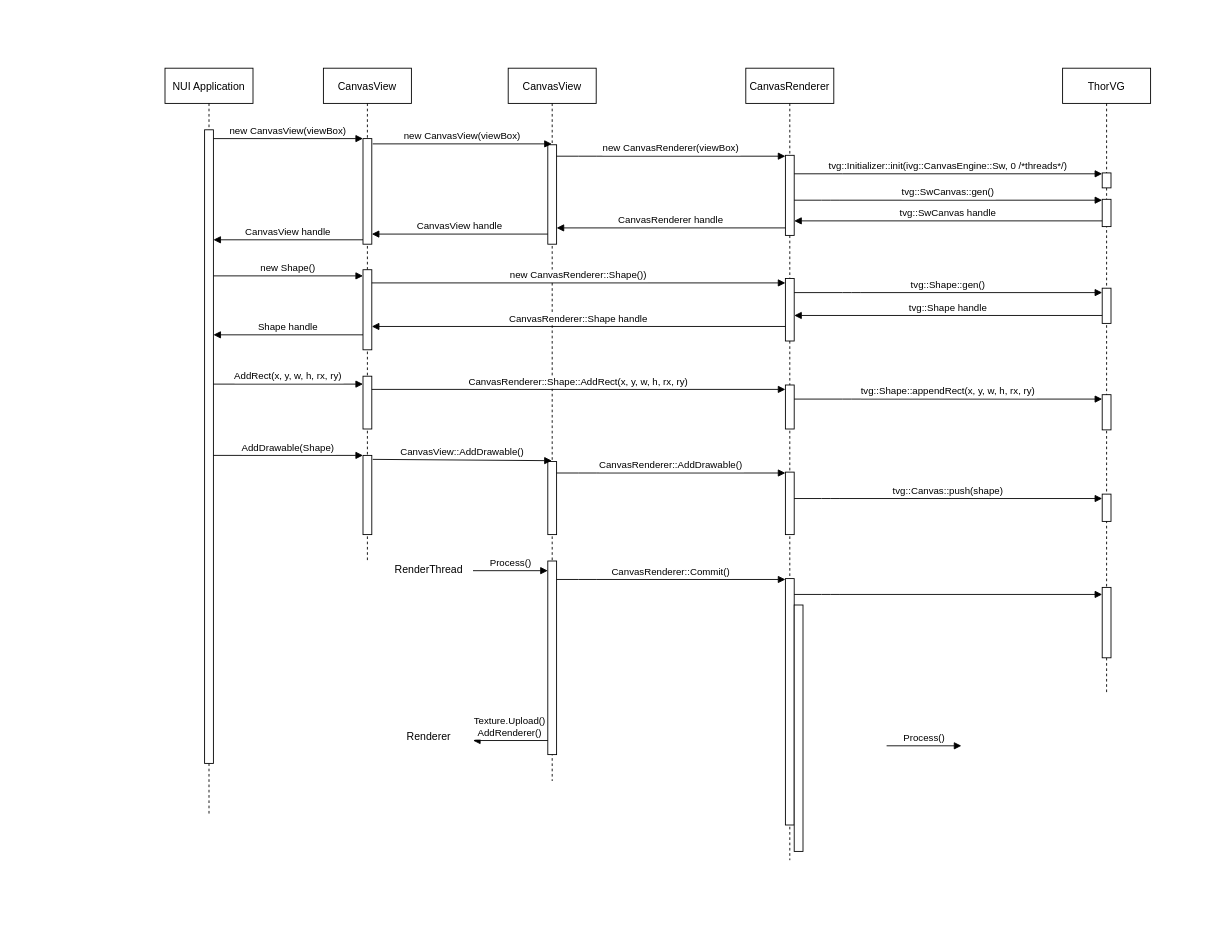
The draw.io diagram canvasview_sequence.drawio in JSUYA/jsuya.github.io, before the edit. Source tidied: cells renumbered, new cells numbered last; positions are measured from the earlier drawing's top-left corner, leaving out a move shared by most shapes. Both pictures are drawn from the tidied source at 88%, with x=0, y=0 at pixel (165, 68).
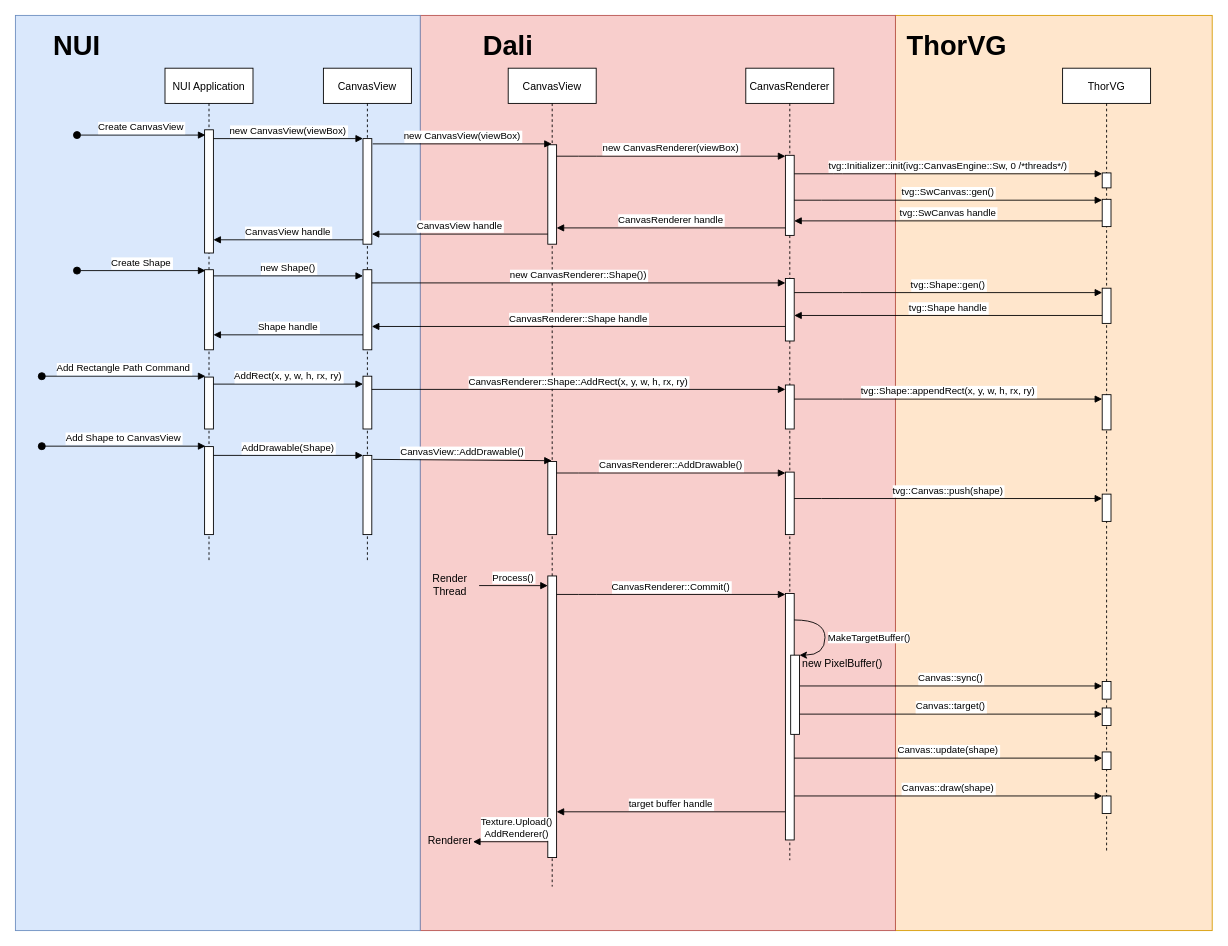
The same page after the edit.

The edit, as a diff of the source:
```diff
@@
+    <mxCell id="56" style="rounded=0;whiteSpace=wrap;html=1;fillColor=#ffe6cc;strokeColor=#d79b00;" parent="1" vertex="1">
+      <mxGeometry x="830" y="-60" width="360" height="1040" as="geometry" />
+    </mxCell>
+    <mxCell id="57" style="rounded=0;whiteSpace=wrap;html=1;fillColor=#f8cecc;strokeColor=#b85450;" parent="1" vertex="1">
+      <mxGeometry x="290" y="-60" width="540" height="1040" as="geometry" />
+    </mxCell>
+    <mxCell id="58" style="rounded=0;whiteSpace=wrap;html=1;fillColor=#dae8fc;strokeColor=#6c8ebf;" parent="1" vertex="1">
+      <mxGeometry x="-170" y="-60" width="460" height="1040" as="geometry" />
+    </mxCell>
     <mxCell id="2" value="NUI Application" style="shape=umlLifeline;perimeter=lifelinePerimeter;rounded=0;shadow=0;strokeWidth=1;" parent="1" vertex="1">
-      <mxGeometry width="100" height="850" as="geometry" />
+      <mxGeometry width="100" height="560" as="geometry" />
     </mxCell>
     <mxCell id="3" style="points=[];perimeter=orthogonalPerimeter;rounded=0;shadow=0;strokeWidth=1;" parent="2" vertex="1">
-      <mxGeometry x="45" y="70" width="10" height="720" as="geometry" />
+      <mxGeometry x="45" y="70" width="10" height="140" as="geometry" />
     </mxCell>
+    <mxCell id="59" style="perimeter=orthogonalPerimeter;rounded=0;shadow=0;strokeWidth=1;" parent="2" vertex="1">
+      <mxGeometry x="45" y="229" width="10" height="91" as="geometry" />
+    </mxCell>
+    <mxCell id="60" style="perimeter=orthogonalPerimeter;rounded=0;shadow=0;strokeWidth=1;" parent="2" vertex="1">
+      <mxGeometry x="45" y="351" width="10" height="59" as="geometry" />
+    </mxCell>
+    <mxCell id="61" style="perimeter=orthogonalPerimeter;rounded=0;shadow=0;strokeWidth=1;" parent="2" vertex="1">
+      <mxGeometry x="45" y="430" width="10" height="100" as="geometry" />
+    </mxCell>
@@
     <mxCell id="9" value="CanvasView" style="shape=umlLifeline;perimeter=lifelinePerimeter;rounded=0;shadow=0;strokeWidth=1;" parent="1" vertex="1">
-      <mxGeometry x="390" width="100" height="810" as="geometry" />
+      <mxGeometry x="390" width="100" height="930" as="geometry" />
     </mxCell>
@@
     <mxCell id="11" style="perimeter=orthogonalPerimeter;rounded=0;shadow=0;strokeWidth=1;" parent="9" vertex="1">
-      <mxGeometry x="45" y="560" width="10" height="220" as="geometry" />
+      <mxGeometry x="45" y="577" width="10" height="320" as="geometry" />
     </mxCell>
+    <mxCell id="62" value="Dali" style="text;html=1;strokeColor=none;fillColor=none;align=center;verticalAlign=middle;whiteSpace=wrap;rounded=0;fontSize=31;fontStyle=1;" parent="9" vertex="1">
+      <mxGeometry x="-50" y="-50" width="100" height="50" as="geometry" />
+    </mxCell>
@@
     <mxCell id="15" value="ThorVG" style="shape=umlLifeline;perimeter=lifelinePerimeter;rounded=0;shadow=0;strokeWidth=1;" parent="1" vertex="1">
-      <mxGeometry x="1020" width="100" height="710" as="geometry" />
+      <mxGeometry x="1020" width="100" height="890" as="geometry" />
     </mxCell>
@@
+    <mxCell id="63" style="perimeter=orthogonalPerimeter;rounded=0;shadow=0;strokeWidth=1;" parent="15" vertex="1">
+      <mxGeometry x="45" y="697" width="10" height="20" as="geometry" />
+    </mxCell>
+    <mxCell id="51" style="perimeter=orthogonalPerimeter;rounded=0;shadow=0;strokeWidth=1;" parent="15" vertex="1">
+      <mxGeometry x="45" y="727" width="10" height="20" as="geometry" />
+    </mxCell>
+    <mxCell id="64" style="perimeter=orthogonalPerimeter;rounded=0;shadow=0;strokeWidth=1;" parent="15" vertex="1">
+      <mxGeometry x="45" y="827" width="10" height="20" as="geometry" />
+    </mxCell>
@@
-    <mxCell id="46" value="Process()" style="verticalAlign=bottom;endArrow=block;shadow=0;strokeWidth=1;" parent="1" edge="1">
+    <mxCell id="46" value="Process()" style="verticalAlign=bottom;endArrow=block;shadow=0;strokeWidth=1;exitX=0.124;exitY=0.623;exitDx=0;exitDy=0;exitPerimeter=0;" parent="1" edge="1" source="57">
       <mxGeometry relative="1" as="geometry">
-        <mxPoint x="350" y="571" as="sourcePoint" />
-        <mxPoint x="435" y="571" as="targetPoint" />
+        <mxPoint x="435" y="588" as="targetPoint" />
       </mxGeometry>
     </mxCell>
-    <mxCell id="47" value="RenderThread" style="text;html=1;strokeColor=none;fillColor=none;align=center;verticalAlign=middle;whiteSpace=wrap;rounded=0;" parent="1" vertex="1">
-      <mxGeometry x="280" y="560" width="40" height="20" as="geometry" />
+    <mxCell id="47" value="Render&lt;br&gt;Thread" style="text;html=1;strokeColor=none;fillColor=none;align=center;verticalAlign=middle;whiteSpace=wrap;rounded=0;" parent="1" vertex="1">
+      <mxGeometry x="304" y="560" width="40" height="53" as="geometry" />
     </mxCell>
     <mxCell id="48" style="points=[];perimeter=orthogonalPerimeter;rounded=0;shadow=0;strokeWidth=1;" parent="1" vertex="1">
-      <mxGeometry x="705" y="580" width="10" height="280" as="geometry" />
+      <mxGeometry x="705" y="597" width="10" height="280" as="geometry" />
     </mxCell>
     <mxCell id="49" value="CanvasRenderer::Commit()" style="verticalAlign=bottom;endArrow=block;shadow=0;strokeWidth=1;" parent="1" edge="1" target="48">
       <mxGeometry relative="1" as="geometry">
-        <mxPoint x="445" y="581" as="sourcePoint" />
+        <mxPoint x="445" y="598" as="sourcePoint" />
         <Array as="points">
-          <mxPoint x="480" y="581" />
+          <mxPoint x="480" y="598" />
         </Array>
       </mxGeometry>
     </mxCell>
-    <mxCell id="50" style="verticalAlign=bottom;endArrow=block;shadow=0;strokeWidth=1;" parent="1" edge="1">
-      <mxGeometry relative="1" as="geometry">
-        <mxPoint x="715" y="598" as="sourcePoint" />
-        <mxPoint x="1065" y="598" as="targetPoint" />
-        <Array as="points">
-          <mxPoint x="756" y="598" />
-        </Array>
-      </mxGeometry>
-    </mxCell>
-    <mxCell id="51" style="perimeter=orthogonalPerimeter;rounded=0;shadow=0;strokeWidth=1;" parent="1" vertex="1">
-      <mxGeometry x="1065" y="590" width="10" height="80" as="geometry" />
-    </mxCell>
     <mxCell id="52" value="Texture.Upload()&#10;AddRenderer()" style="verticalAlign=bottom;endArrow=block;shadow=0;strokeWidth=1;" parent="1" edge="1">
-      <mxGeometry relative="1" as="geometry">
-        <mxPoint x="435" y="764" as="sourcePoint" />
-        <mxPoint x="350" y="764" as="targetPoint" />
+      <mxGeometry x="-0.18" relative="1" as="geometry">
+        <mxPoint x="435" y="879" as="sourcePoint" />
+        <mxPoint x="350" y="879" as="targetPoint" />
       </mxGeometry>
     </mxCell>
     <mxCell id="53" value="Renderer" style="text;html=1;strokeColor=none;fillColor=none;align=center;verticalAlign=middle;whiteSpace=wrap;rounded=0;" parent="1" vertex="1">
-      <mxGeometry x="280" y="750" width="40" height="20" as="geometry" />
+      <mxGeometry x="304" y="868" width="40" height="20" as="geometry" />
     </mxCell>
-    <mxCell id="54" value="Process()" style="verticalAlign=bottom;endArrow=block;shadow=0;strokeWidth=1;" parent="1" edge="1">
+    <mxCell id="54" value="Canvas::sync()" style="verticalAlign=bottom;endArrow=block;shadow=0;strokeWidth=1;" parent="1" edge="1">
       <mxGeometry relative="1" as="geometry">
-        <mxPoint x="820" y="770" as="sourcePoint" />
-        <mxPoint x="905" y="770" as="targetPoint" />
+        <mxPoint x="721" y="702" as="sourcePoint" />
+        <mxPoint x="1065" y="702" as="targetPoint" />
       </mxGeometry>
     </mxCell>
-    <mxCell id="55" style="perimeter=orthogonalPerimeter;rounded=0;shadow=0;strokeWidth=1;" parent="1" vertex="1">
-      <mxGeometry x="715" y="610" width="10" height="280" as="geometry" />
-    </mxCell>
+    <mxCell id="65" style="points=[];perimeter=orthogonalPerimeter;rounded=0;shadow=0;strokeWidth=1;" parent="1" vertex="1">
+      <mxGeometry x="711" y="667" width="10" height="90" as="geometry" />
+    </mxCell>
+    <mxCell id="66" value="MakeTargetBuffer()" style="curved=1;endArrow=classic;html=1;" parent="1" edge="1" source="48" target="65">
+      <mxGeometry x="0.06" y="50" relative="1" as="geometry">
+        <Array as="points">
+          <mxPoint x="750" y="627" />
+          <mxPoint x="750" y="667" />
+        </Array>
+      </mxGeometry>
+    </mxCell>
+    <mxCell id="67" value="Canvas::target()" style="verticalAlign=bottom;endArrow=block;shadow=0;strokeWidth=1;" parent="1" edge="1">
+      <mxGeometry relative="1" as="geometry">
+        <mxPoint x="721" y="734" as="sourcePoint" />
+        <mxPoint x="1065" y="734" as="targetPoint" />
+      </mxGeometry>
+    </mxCell>
+    <mxCell id="68" value="new PixelBuffer()" style="text;html=1;strokeColor=none;fillColor=none;align=center;verticalAlign=middle;whiteSpace=wrap;rounded=0;" parent="1" vertex="1">
+      <mxGeometry x="715" y="667" width="110" height="20" as="geometry" />
+    </mxCell>
+    <mxCell id="69" style="perimeter=orthogonalPerimeter;rounded=0;shadow=0;strokeWidth=1;" parent="1" vertex="1">
+      <mxGeometry x="1065" y="777" width="10" height="20" as="geometry" />
+    </mxCell>
+    <mxCell id="70" value="Canvas::update(shape)" style="verticalAlign=bottom;endArrow=block;shadow=0;strokeWidth=1;" parent="1" edge="1" source="48">
+      <mxGeometry relative="1" as="geometry">
+        <mxPoint x="1065" y="784" as="targetPoint" />
+      </mxGeometry>
+    </mxCell>
+    <mxCell id="71" value="Canvas::draw(shape)" style="verticalAlign=bottom;endArrow=block;shadow=0;strokeWidth=1;" parent="1" edge="1">
+      <mxGeometry relative="1" as="geometry">
+        <mxPoint x="715" y="827" as="sourcePoint" />
+        <mxPoint x="1065" y="827" as="targetPoint" />
+      </mxGeometry>
+    </mxCell>
+    <mxCell id="72" value="target buffer handle" style="verticalAlign=bottom;endArrow=block;shadow=0;strokeWidth=1;" parent="1" edge="1">
+      <mxGeometry relative="1" as="geometry">
+        <mxPoint x="705" y="845" as="sourcePoint" />
+        <mxPoint x="445" y="845" as="targetPoint" />
+      </mxGeometry>
+    </mxCell>
+    <mxCell id="73" value="Create CanvasView" style="verticalAlign=bottom;startArrow=oval;endArrow=block;startSize=8;shadow=0;strokeWidth=1;" parent="1" edge="1">
+      <mxGeometry relative="1" as="geometry">
+        <mxPoint x="-100" y="76" as="sourcePoint" />
+        <mxPoint x="46" y="76" as="targetPoint" />
+      </mxGeometry>
+    </mxCell>
+    <mxCell id="74" value="Create Shape" style="verticalAlign=bottom;startArrow=oval;endArrow=block;startSize=8;shadow=0;strokeWidth=1;" parent="1" edge="1">
+      <mxGeometry relative="1" as="geometry">
+        <mxPoint x="-100" y="230" as="sourcePoint" />
+        <mxPoint x="46" y="230" as="targetPoint" />
+      </mxGeometry>
+    </mxCell>
+    <mxCell id="75" value="Add Rectangle Path Command" style="verticalAlign=bottom;startArrow=oval;endArrow=block;startSize=8;shadow=0;strokeWidth=1;" parent="1" edge="1">
+      <mxGeometry relative="1" as="geometry">
+        <mxPoint x="-140" y="350" as="sourcePoint" />
+        <mxPoint x="46" y="350" as="targetPoint" />
+      </mxGeometry>
+    </mxCell>
+    <mxCell id="76" value="Add Shape to CanvasView" style="verticalAlign=bottom;startArrow=oval;endArrow=block;startSize=8;shadow=0;strokeWidth=1;" parent="1" edge="1">
+      <mxGeometry relative="1" as="geometry">
+        <mxPoint x="-140" y="429.5" as="sourcePoint" />
+        <mxPoint x="46" y="429.5" as="targetPoint" />
+      </mxGeometry>
+    </mxCell>
+    <mxCell id="77" value="NUI" style="text;html=1;strokeColor=none;fillColor=none;align=center;verticalAlign=middle;whiteSpace=wrap;rounded=0;fontSize=31;fontStyle=1;" parent="1" vertex="1">
+      <mxGeometry x="-150" y="-50" width="100" height="50" as="geometry" />
+    </mxCell>
+    <mxCell id="78" value="ThorVG" style="text;html=1;strokeColor=none;fillColor=none;align=center;verticalAlign=middle;whiteSpace=wrap;rounded=0;fontSize=31;fontStyle=1;" parent="1" vertex="1">
+      <mxGeometry x="850" y="-50" width="100" height="50" as="geometry" />
+    </mxCell>
```
